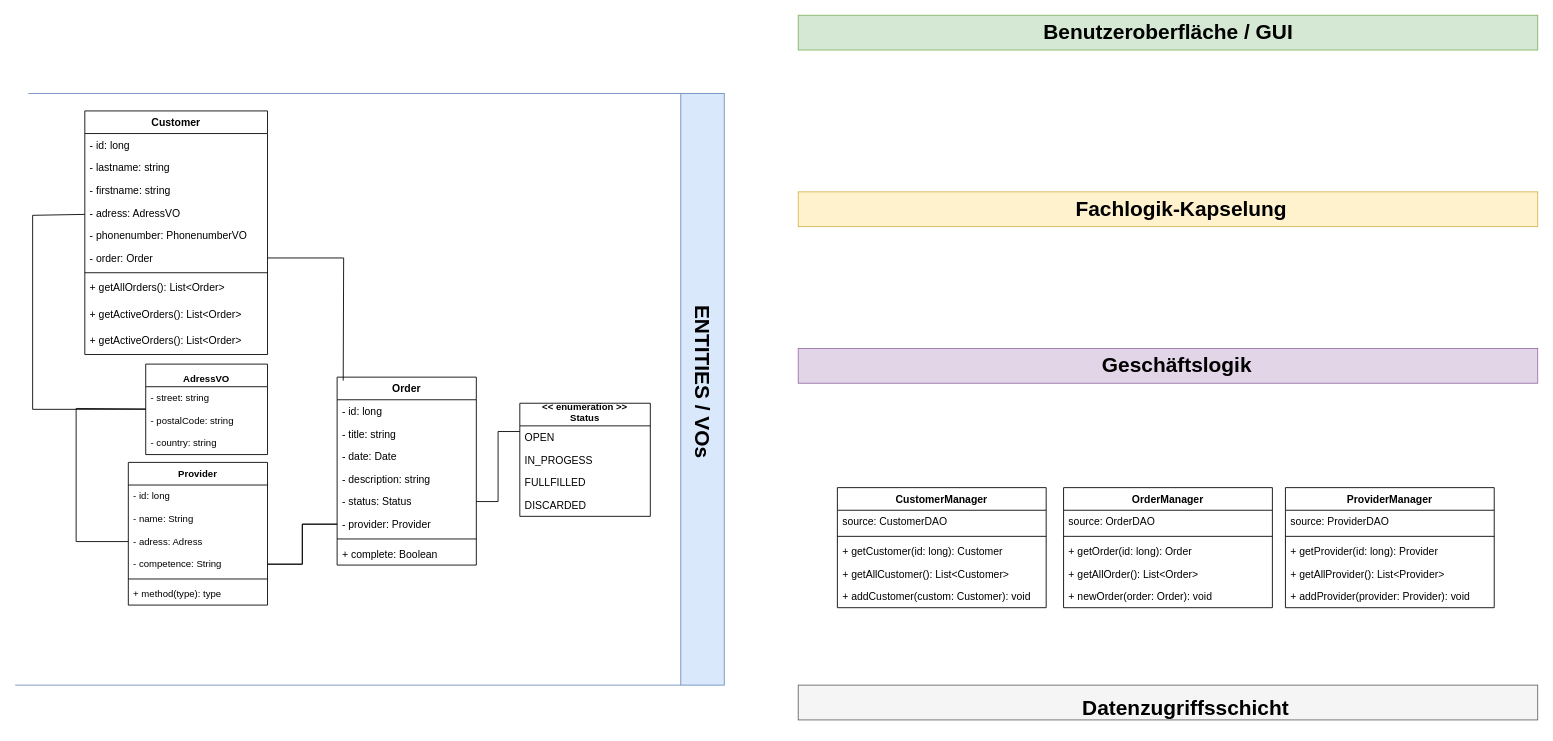
This is docu/UML_DIA.drawio from gl0bix/de.itconsult24, a draw.io file, before an edit. Source tidied: cells renumbered, new cells numbered last; positions are measured from the earlier drawing's top-left corner, leaving out a move shared by most shapes. Both pictures are drawn from the tidied source at 87%, with x=0, y=0 at pixel (15, 15).
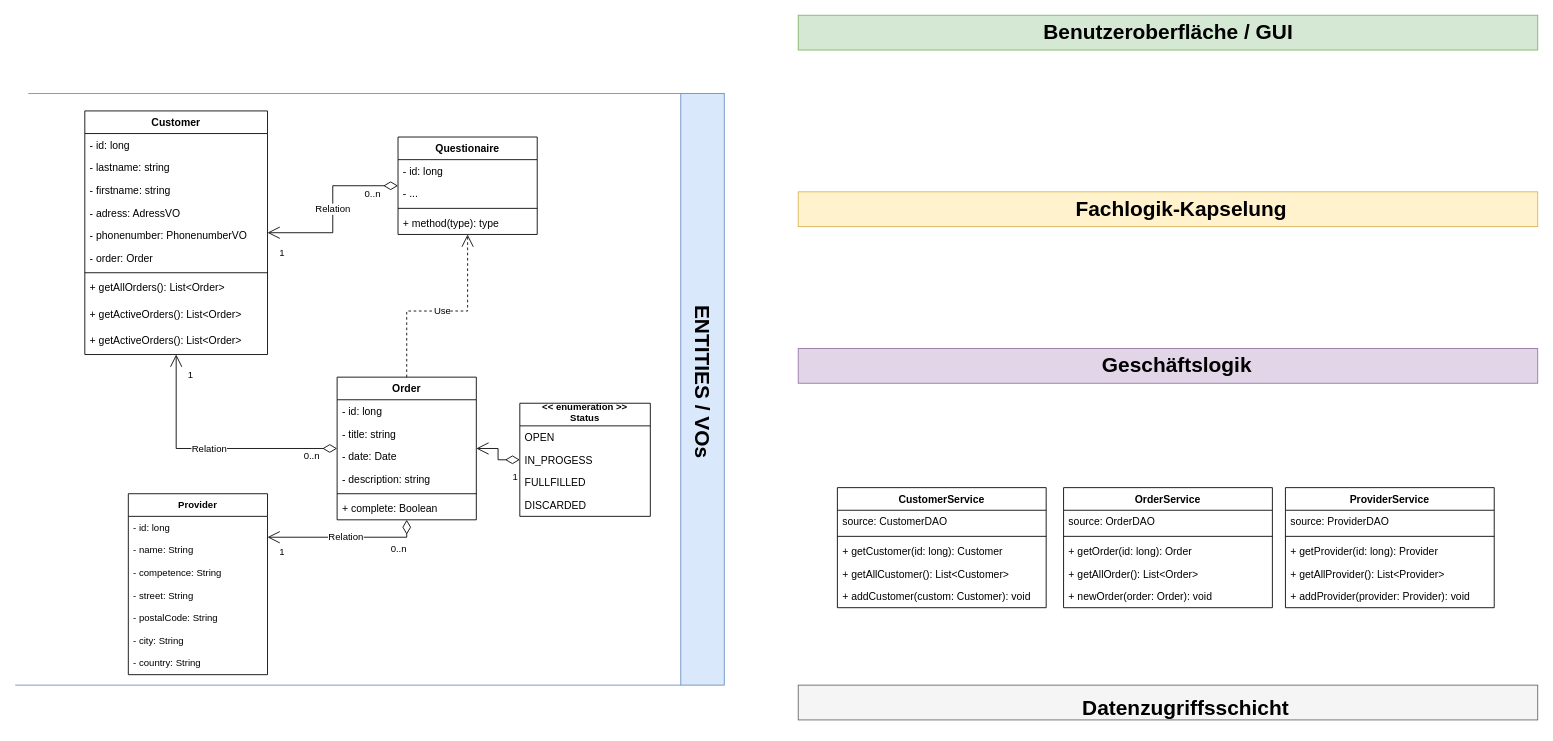
After the change.

The change refers to these unchanged cells:
```xml
<mxCell id="3" value="Customer" style="swimlane;fontStyle=1;align=center;verticalAlign=top;horizontal=1;startSize=26;" parent="1" vertex="1">
  <mxGeometry x="80" y="110" width="210" height="280" as="geometry" />
</mxCell>
<mxCell id="7" value="- adress: AdressVO" style="text;strokeColor=none;fillColor=none;align=left;verticalAlign=top;spacingLeft=4;spacingRight=4;overflow=hidden;points=[[0,0.5],[1,0.5]];portConstraint=eastwest;" parent="3" vertex="1">
  <mxGeometry y="104" width="210" height="26" as="geometry" />
</mxCell>
<mxCell id="9" value="- order: Order&#10;&#10;&#10;" style="text;strokeColor=none;fillColor=none;align=left;verticalAlign=top;spacingLeft=4;spacingRight=4;overflow=hidden;points=[[0,0.5],[1,0.5]];portConstraint=eastwest;" parent="3" vertex="1">
  <mxGeometry y="156" width="210" height="26" as="geometry" />
</mxCell>
<mxCell id="23" value="&lt;&lt; enumeration &gt;&gt;&#10;Status" style="swimlane;fontStyle=1;horizontal=1;startSize=26;fillColor=none;verticalAlign=bottom;fontSize=11;" parent="1" vertex="1">
  <mxGeometry x="580" y="446" width="150" height="130" as="geometry" />
</mxCell>
```

Diff of the diagram source:
```diff
@@
     <mxCell id="14" value="Order" style="swimlane;fontStyle=1;align=center;verticalAlign=top;horizontal=1;startSize=26;" parent="1" vertex="1">
-      <mxGeometry x="370" y="416" width="160" height="216" as="geometry" />
+      <mxGeometry x="370" y="416" width="160" height="164" as="geometry" />
     </mxCell>
@@
-    <mxCell id="19" value="- status: Status" style="text;strokeColor=none;fillColor=none;align=left;verticalAlign=top;spacingLeft=4;spacingRight=4;overflow=hidden;points=[[0,0.5],[1,0.5]];portConstraint=eastwest;" parent="14" vertex="1">
-      <mxGeometry y="130" width="160" height="26" as="geometry" />
-    </mxCell>
-    <mxCell id="20" value="- provider: Provider" style="text;strokeColor=none;fillColor=none;align=left;verticalAlign=top;spacingLeft=4;spacingRight=4;overflow=hidden;points=[[0,0.5],[1,0.5]];portConstraint=eastwest;" parent="14" vertex="1">
-      <mxGeometry y="156" width="160" height="26" as="geometry" />
-    </mxCell>
     <mxCell id="21" style="line;strokeWidth=1;fillColor=none;align=left;verticalAlign=middle;spacingTop=-1;spacingLeft=3;spacingRight=3;labelPosition=right;" parent="14" vertex="1">
-      <mxGeometry y="182" width="160" height="8" as="geometry" />
+      <mxGeometry y="130" width="160" height="8" as="geometry" />
     </mxCell>
     <mxCell id="22" value="+ complete: Boolean" style="text;strokeColor=none;fillColor=none;align=left;verticalAlign=top;spacingLeft=4;spacingRight=4;overflow=hidden;" parent="14" vertex="1">
-      <mxGeometry y="190" width="160" height="26" as="geometry" />
+      <mxGeometry y="138" width="160" height="26" as="geometry" />
     </mxCell>
@@
-    <mxCell id="28" style="edgeStyle=orthogonalEdgeStyle;rounded=0;jettySize=auto;html=1;exitX=1;exitY=0.5;exitDx=0;exitDy=0;entryX=0;entryY=0.25;entryDx=0;entryDy=0;endArrow=none;endFill=0;strokeColor=default;" parent="1" edge="1" source="19" target="23">
-      <mxGeometry relative="1" as="geometry" />
-    </mxCell>
-    <mxCell id="29" style="edgeStyle=orthogonalEdgeStyle;rounded=0;jettySize=auto;html=1;exitX=1;exitY=0.5;exitDx=0;exitDy=0;endArrow=none;endFill=0;strokeColor=default;" parent="1" edge="1" source="9">
-      <mxGeometry relative="1" as="geometry">
-        <mxPoint x="377" y="420" as="targetPoint" />
-      </mxGeometry>
-    </mxCell>
-    <mxCell id="30" value="AdressVO" style="swimlane;fontStyle=1;horizontal=1;startSize=26;fillColor=none;fontSize=11;verticalAlign=bottom;" parent="1" vertex="1">
-      <mxGeometry x="150" y="401" width="140" height="104" as="geometry" />
-    </mxCell>
-    <mxCell id="31" value="- street: string" style="text;strokeColor=none;fillColor=none;align=left;verticalAlign=top;spacingLeft=4;spacingRight=4;overflow=hidden;fontSize=11;" parent="30" vertex="1">
-      <mxGeometry y="26" width="140" height="26" as="geometry" />
-    </mxCell>
-    <mxCell id="32" value="- postalCode: string" style="text;strokeColor=none;fillColor=none;align=left;verticalAlign=top;spacingLeft=4;spacingRight=4;overflow=hidden;fontSize=11;" parent="30" vertex="1">
-      <mxGeometry y="52" width="140" height="26" as="geometry" />
-    </mxCell>
-    <mxCell id="33" value="- country: string" style="text;strokeColor=none;fillColor=none;align=left;verticalAlign=top;spacingLeft=4;spacingRight=4;overflow=hidden;fontSize=11;" parent="30" vertex="1">
-      <mxGeometry y="78" width="140" height="26" as="geometry" />
-    </mxCell>
     <mxCell id="34" value="Provider" style="swimlane;fontStyle=1;align=center;verticalAlign=top;horizontal=1;startSize=26;fontSize=11;" parent="1" vertex="1">
-      <mxGeometry x="130" y="514" width="160" height="164" as="geometry" />
+      <mxGeometry x="130" y="550" width="160" height="208" as="geometry" />
     </mxCell>
@@
-    <mxCell id="37" value="- adress: Adress" style="text;strokeColor=none;fillColor=none;align=left;verticalAlign=top;spacingLeft=4;spacingRight=4;overflow=hidden;points=[[0,0.5],[1,0.5]];portConstraint=eastwest;fontSize=11;" parent="34" vertex="1">
-      <mxGeometry y="78" width="160" height="26" as="geometry" />
-    </mxCell>
     <mxCell id="38" value="- competence: String" style="text;strokeColor=none;fillColor=none;align=left;verticalAlign=top;spacingLeft=4;spacingRight=4;overflow=hidden;points=[[0,0.5],[1,0.5]];portConstraint=eastwest;fontSize=11;" parent="34" vertex="1">
-      <mxGeometry y="104" width="160" height="26" as="geometry" />
+      <mxGeometry y="78" width="160" height="26" as="geometry" />
     </mxCell>
-    <mxCell id="39" style="line;strokeWidth=1;fillColor=none;align=left;verticalAlign=middle;spacingTop=-1;spacingLeft=3;spacingRight=3;labelPosition=right;fontSize=11;" parent="34" vertex="1">
-      <mxGeometry y="130" width="160" height="8" as="geometry" />
-    </mxCell>
-    <mxCell id="40" value="+ method(type): type" style="text;strokeColor=none;fillColor=none;align=left;verticalAlign=top;spacingLeft=4;spacingRight=4;overflow=hidden;fontSize=11;" parent="34" vertex="1">
-      <mxGeometry y="138" width="160" height="26" as="geometry" />
-    </mxCell>
-    <mxCell id="41" style="edgeStyle=orthogonalEdgeStyle;rounded=0;jettySize=auto;html=1;exitX=1;exitY=0.5;exitDx=0;exitDy=0;entryX=0;entryY=0.5;entryDx=0;entryDy=0;fontSize=11;endArrow=none;endFill=0;strokeColor=default;" parent="1" edge="1" source="38" target="20">
-      <mxGeometry relative="1" as="geometry" />
-    </mxCell>
+    <mxCell id="74" value="- street: String&#10;" style="text;strokeColor=none;fillColor=none;align=left;verticalAlign=top;spacingLeft=4;spacingRight=4;overflow=hidden;fontSize=11;" parent="34" vertex="1">
+      <mxGeometry y="104" width="160" height="26" as="geometry" />
+    </mxCell>
+    <mxCell id="75" value="- postalCode: String" style="text;strokeColor=none;fillColor=none;align=left;verticalAlign=top;spacingLeft=4;spacingRight=4;overflow=hidden;fontSize=11;" parent="34" vertex="1">
+      <mxGeometry y="130" width="160" height="26" as="geometry" />
+    </mxCell>
+    <mxCell id="76" value="- city: String" style="text;strokeColor=none;fillColor=none;align=left;verticalAlign=top;spacingLeft=4;spacingRight=4;overflow=hidden;fontSize=11;" parent="34" vertex="1">
+      <mxGeometry y="156" width="160" height="26" as="geometry" />
+    </mxCell>
+    <mxCell id="77" value="- country: String" style="text;strokeColor=none;fillColor=none;align=left;verticalAlign=top;spacingLeft=4;spacingRight=4;overflow=hidden;fontSize=11;" parent="34" vertex="1">
+      <mxGeometry y="182" width="160" height="26" as="geometry" />
+    </mxCell>
-    <mxCell id="42" value="CustomerManager" style="swimlane;fontStyle=1;align=center;verticalAlign=top;horizontal=1;startSize=26;" parent="1" vertex="1">
+    <mxCell id="42" value="CustomerService" style="swimlane;fontStyle=1;align=center;verticalAlign=top;horizontal=1;startSize=26;" parent="1" vertex="1">
       <mxGeometry x="945" y="543" width="240" height="138" as="geometry" />
     </mxCell>
@@
-    <mxCell id="48" value="OrderManager" style="swimlane;fontStyle=1;align=center;verticalAlign=top;horizontal=1;startSize=26;" parent="1" vertex="1">
+    <mxCell id="48" value="OrderService" style="swimlane;fontStyle=1;align=center;verticalAlign=top;horizontal=1;startSize=26;" parent="1" vertex="1">
       <mxGeometry x="1205" y="543" width="240" height="138" as="geometry" />
     </mxCell>
@@
-    <mxCell id="54" value="ProviderManager" style="swimlane;fontStyle=1;align=center;verticalAlign=top;horizontal=1;startSize=26;" parent="1" vertex="1">
+    <mxCell id="54" value="ProviderService" style="swimlane;fontStyle=1;align=center;verticalAlign=top;horizontal=1;startSize=26;" parent="1" vertex="1">
       <mxGeometry x="1460" y="543" width="240" height="138" as="geometry" />
     </mxCell>
@@
-    <mxCell id="71" style="edgeStyle=orthogonalEdgeStyle;rounded=0;jettySize=auto;html=1;endArrow=none;endFill=0;" parent="1" edge="1" source="38" target="20">
-      <mxGeometry relative="1" as="geometry" />
-    </mxCell>
-    <mxCell id="72" style="endArrow=none;html=1;rounded=0;" parent="1" edge="1" source="30" target="37">
-      <mxGeometry relative="1" as="geometry">
-        <Array as="points">
-          <mxPoint x="70" y="452" />
-          <mxPoint x="70" y="605" />
-        </Array>
-      </mxGeometry>
-    </mxCell>
-    <mxCell id="73" style="endArrow=none;html=1;rounded=0;" parent="1" edge="1" source="30" target="7">
-      <mxGeometry relative="1" as="geometry">
-        <Array as="points">
-          <mxPoint x="20" y="453" />
-          <mxPoint x="20" y="230" />
-        </Array>
-      </mxGeometry>
-    </mxCell>
+    <mxCell id="78" value="Relation" style="endArrow=open;html=1;endSize=12;startArrow=diamondThin;startSize=14;startFill=0;edgeStyle=orthogonalEdgeStyle;rounded=0;" parent="1" edge="1" source="84" target="3">
+      <mxGeometry relative="1" as="geometry" />
+    </mxCell>
+    <mxCell id="79" value="0..n" style="edgeLabel;html=1;align=left;verticalAlign=top;" parent="78" vertex="1">
+      <mxGeometry x="-1" relative="1" as="geometry">
+        <mxPoint x="-40" y="-4" as="offset" />
+      </mxGeometry>
+    </mxCell>
+    <mxCell id="80" value="1" style="edgeLabel;html=1;align=right;verticalAlign=top;" parent="78" vertex="1">
+      <mxGeometry x="1" relative="1" as="geometry">
+        <mxPoint x="20" y="10" as="offset" />
+      </mxGeometry>
+    </mxCell>
+    <mxCell id="81" value="Relation" style="endArrow=open;html=1;endSize=12;startArrow=diamondThin;startSize=14;startFill=0;edgeStyle=orthogonalEdgeStyle;rounded=0;" parent="1" edge="1" source="14" target="34">
+      <mxGeometry relative="1" as="geometry">
+        <Array as="points">
+          <mxPoint x="280" y="600" />
+          <mxPoint x="280" y="566" />
+        </Array>
+      </mxGeometry>
+    </mxCell>
+    <mxCell id="82" value="0..n" style="edgeLabel;html=1;align=left;verticalAlign=top;" parent="81" vertex="1">
+      <mxGeometry x="-1" relative="1" as="geometry">
+        <mxPoint x="-20" y="20" as="offset" />
+      </mxGeometry>
+    </mxCell>
+    <mxCell id="83" value="1" style="edgeLabel;html=1;align=right;verticalAlign=top;" parent="81" vertex="1">
+      <mxGeometry x="1" relative="1" as="geometry">
+        <mxPoint x="20" y="4" as="offset" />
+      </mxGeometry>
+    </mxCell>
+    <mxCell id="84" value="Questionaire" style="swimlane;fontStyle=1;align=center;verticalAlign=top;horizontal=1;startSize=26;" parent="1" vertex="1">
+      <mxGeometry x="440" y="140" width="160" height="112" as="geometry" />
+    </mxCell>
+    <mxCell id="85" value="- id: long&#10;" style="text;strokeColor=none;fillColor=none;align=left;verticalAlign=top;spacingLeft=4;spacingRight=4;overflow=hidden;" parent="84" vertex="1">
+      <mxGeometry y="26" width="160" height="26" as="geometry" />
+    </mxCell>
+    <mxCell id="86" value="- ..." style="text;strokeColor=none;fillColor=none;align=left;verticalAlign=top;spacingLeft=4;spacingRight=4;overflow=hidden;" parent="84" vertex="1">
+      <mxGeometry y="52" width="160" height="26" as="geometry" />
+    </mxCell>
+    <mxCell id="87" style="line;strokeWidth=1;fillColor=none;align=left;verticalAlign=middle;spacingTop=-1;spacingLeft=3;spacingRight=3;labelPosition=right;" parent="84" vertex="1">
+      <mxGeometry y="78" width="160" height="8" as="geometry" />
+    </mxCell>
+    <mxCell id="40" value="+ method(type): type" style="text;strokeColor=none;fillColor=none;align=left;verticalAlign=top;spacingLeft=4;spacingRight=4;overflow=hidden;" parent="84" vertex="1">
+      <mxGeometry y="86" width="160" height="26" as="geometry" />
+    </mxCell>
+    <mxCell id="88" value="1" style="endArrow=open;html=1;endSize=12;startArrow=diamondThin;startSize=14;startFill=0;edgeStyle=orthogonalEdgeStyle;align=left;verticalAlign=bottom;rounded=0;" parent="1" edge="1" source="23" target="14">
+      <mxGeometry x="-0.68" y="29" relative="1" as="geometry" />
+    </mxCell>
+    <mxCell id="89" value="Relation" style="endArrow=open;html=1;endSize=12;startArrow=diamondThin;startSize=14;startFill=0;edgeStyle=orthogonalEdgeStyle;rounded=0;" parent="1" edge="1" source="14" target="3">
+      <mxGeometry relative="1" as="geometry" />
+    </mxCell>
+    <mxCell id="90" value="0..n" style="edgeLabel;html=1;align=left;verticalAlign=top;" parent="89" vertex="1">
+      <mxGeometry x="-1" relative="1" as="geometry">
+        <mxPoint x="-40" y="-4" as="offset" />
+      </mxGeometry>
+    </mxCell>
+    <mxCell id="91" value="1" style="edgeLabel;html=1;align=right;verticalAlign=top;" parent="89" vertex="1">
+      <mxGeometry x="1" relative="1" as="geometry">
+        <mxPoint x="20" y="10" as="offset" />
+      </mxGeometry>
+    </mxCell>
+    <mxCell id="92" value="Use" style="endArrow=open;endSize=12;dashed=1;html=1;rounded=0;" parent="1" edge="1" source="14" target="84">
+      <mxGeometry relative="1" as="geometry">
+        <Array as="points">
+          <mxPoint x="450" y="340" />
+          <mxPoint x="520" y="340" />
+        </Array>
+      </mxGeometry>
+    </mxCell>
```
